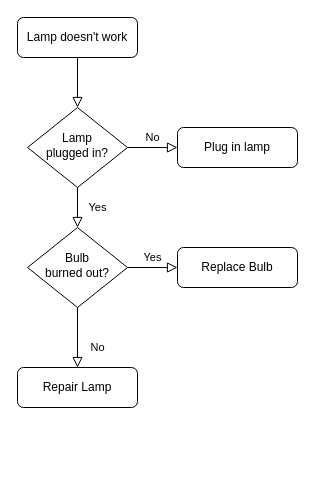
Above: Untitled Diagram.drawio in celimo/Tarea3PorrasGomezSanabriaDuran (draw.io), before the change. Source tidied: cells renumbered, new cells numbered last; positions are measured from the earlier drawing's top-left corner, leaving out a move shared by most shapes. Both pictures are drawn from the tidied source at 100%, with x=0, y=0 at pixel (17, 17).
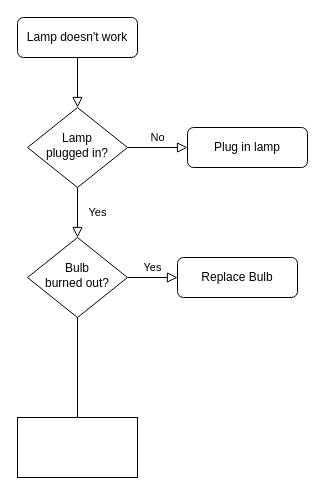
The same page after the edit.

Diff of the diagram source:
```diff
@@
 <mxGraphModel>
   <root>
     <mxCell id="0" />
     <mxCell id="1" parent="0" />
     <mxCell id="2" style="rounded=0;html=1;jettySize=auto;fontSize=11;endArrow=block;endFill=0;endSize=8;strokeWidth=1;shadow=0;labelBackgroundColor=none;edgeStyle=orthogonalEdgeStyle;" parent="1" edge="1" source="3" target="6">
       <mxGeometry relative="1" as="geometry" />
     </mxCell>
     <mxCell id="3" value="Lamp doesn't work" style="rounded=1;whiteSpace=wrap;html=1;fontSize=12;glass=0;strokeWidth=1;shadow=0;" parent="1" vertex="1">
       <mxGeometry width="120" height="40" as="geometry" />
     </mxCell>
     <mxCell id="4" value="Yes" style="rounded=0;html=1;jettySize=auto;fontSize=11;endArrow=block;endFill=0;endSize=8;strokeWidth=1;shadow=0;labelBackgroundColor=none;edgeStyle=orthogonalEdgeStyle;" parent="1" edge="1" source="6" target="10">
       <mxGeometry y="20" relative="1" as="geometry" />
     </mxCell>
     <mxCell id="5" value="No" style="edgeStyle=orthogonalEdgeStyle;rounded=0;html=1;jettySize=auto;fontSize=11;endArrow=block;endFill=0;endSize=8;strokeWidth=1;shadow=0;labelBackgroundColor=none;" parent="1" edge="1" source="6" target="7">
       <mxGeometry y="10" relative="1" as="geometry" />
     </mxCell>
     <mxCell id="6" value="Lamp&lt;br&gt;plugged in?" style="rhombus;whiteSpace=wrap;html=1;shadow=0;fontFamily=Helvetica;fontSize=12;align=center;strokeWidth=1;spacing=6;spacingTop=-4;" parent="1" vertex="1">
       <mxGeometry x="10" y="90" width="100" height="80" as="geometry" />
     </mxCell>
     <mxCell id="7" value="Plug in lamp" style="rounded=1;whiteSpace=wrap;html=1;fontSize=12;glass=0;strokeWidth=1;shadow=0;" parent="1" vertex="1">
-      <mxGeometry x="160" y="110" width="120" height="40" as="geometry" />
+      <mxGeometry x="170" y="110" width="120" height="40" as="geometry" />
     </mxCell>
-    <mxCell id="8" value="No" style="rounded=0;html=1;jettySize=auto;fontSize=11;endArrow=block;endFill=0;endSize=8;strokeWidth=1;shadow=0;labelBackgroundColor=none;edgeStyle=orthogonalEdgeStyle;" parent="1" edge="1" source="10" target="11">
-      <mxGeometry x="0.33" y="20" relative="1" as="geometry" />
-    </mxCell>
     <mxCell id="9" value="Yes" style="edgeStyle=orthogonalEdgeStyle;rounded=0;html=1;jettySize=auto;fontSize=11;endArrow=block;endFill=0;endSize=8;strokeWidth=1;shadow=0;labelBackgroundColor=none;" parent="1" edge="1" source="10" target="12">
       <mxGeometry y="10" relative="1" as="geometry" />
     </mxCell>
     <mxCell id="10" value="Bulb&lt;br&gt;burned out?" style="rhombus;whiteSpace=wrap;html=1;shadow=0;fontFamily=Helvetica;fontSize=12;align=center;strokeWidth=1;spacing=6;spacingTop=-4;" parent="1" vertex="1">
-      <mxGeometry x="10" y="210" width="100" height="80" as="geometry" />
+      <mxGeometry x="10" y="220" width="100" height="80" as="geometry" />
     </mxCell>
-    <mxCell id="11" value="Repair Lamp" style="rounded=1;whiteSpace=wrap;html=1;fontSize=12;glass=0;strokeWidth=1;shadow=0;" parent="1" vertex="1">
-      <mxGeometry y="350" width="120" height="40" as="geometry" />
-    </mxCell>
     <mxCell id="12" value="Replace Bulb" style="rounded=1;whiteSpace=wrap;html=1;fontSize=12;glass=0;strokeWidth=1;shadow=0;" parent="1" vertex="1">
-      <mxGeometry x="160" y="230" width="120" height="40" as="geometry" />
+      <mxGeometry x="160" y="240" width="120" height="40" as="geometry" />
     </mxCell>
+    <mxCell id="13" style="rounded=0;whiteSpace=wrap;html=1;" parent="1" vertex="1">
+      <mxGeometry y="400" width="120" height="60" as="geometry" />
+    </mxCell>
+    <mxCell id="14" style="endArrow=none;html=1;" parent="1" edge="1" source="13" target="10">
+      <mxGeometry relative="1" as="geometry" />
+    </mxCell>
   </root>
 </mxGraphModel>
```
